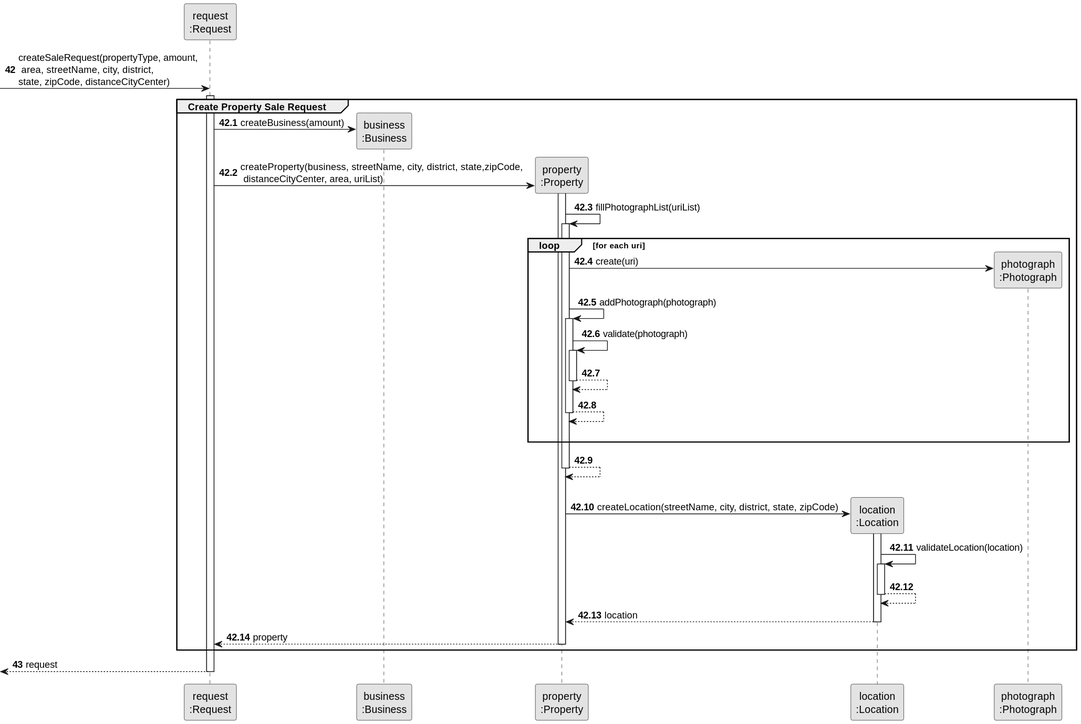
Above: docs/sprintD/us002/03.design/svg/us002-sequence-diagram-partial-create-property-sale-request.svg in rita-barbosa/LAPR2-2223 (PlantUML), before the change. Its diagram source:
```plantuml
@startuml
skinparam monochrome true
skinparam packageStyle rectangle
skinparam shadowing false


participant "request\n:Request" as REQUEST
participant "business\n:Business" as BUSINESS
participant "property\n:Property" as PROPERTY
participant "location\n:Location" as LOCATION
participant "photograph\n:Photograph" as PHOTO



autonumber 42

        -> REQUEST **: createSaleRequest(propertyType, amount,\n area, streetName, city, district,\nstate, zipCode, distanceCityCenter)
        activate REQUEST

autonumber 42.1

    group Create Property Sale Request


        REQUEST -> BUSINESS** : createBusiness(amount)

                REQUEST -> PROPERTY** : createProperty(business, streetName, city, district, state,zipCode,\n distanceCityCenter, area, uriList)
                activate PROPERTY
                PROPERTY -> PROPERTY: fillPhotographList(uriList)
                activate PROPERTY

                loop for each uri

                PROPERTY -> PHOTO**: create(uri)

                PROPERTY -> PROPERTY: addPhotograph(photograph)
                activate PROPERTY

                PROPERTY -> PROPERTY: validate(photograph)
                activate PROPERTY

                PROPERTY --> PROPERTY:
                deactivate PROPERTY

                PROPERTY --> PROPERTY:
                deactivate PROPERTY
                |||
                end loop

                PROPERTY --> PROPERTY:
                deactivate PROPERTY


                |||
                PROPERTY -> LOCATION** : createLocation(streetName, city, district, state, zipCode)
                activate LOCATION

                LOCATION -> LOCATION : validateLocation(location)
                activate LOCATION

                LOCATION--> LOCATION
                deactivate LOCATION

                LOCATION --> PROPERTY : location
                deactivate LOCATION

                PROPERTY --> REQUEST: property
                deactivate PROPERTY




end group
autonumber 43
        <-- REQUEST : request
       deactivate REQUEST
@enduml
```
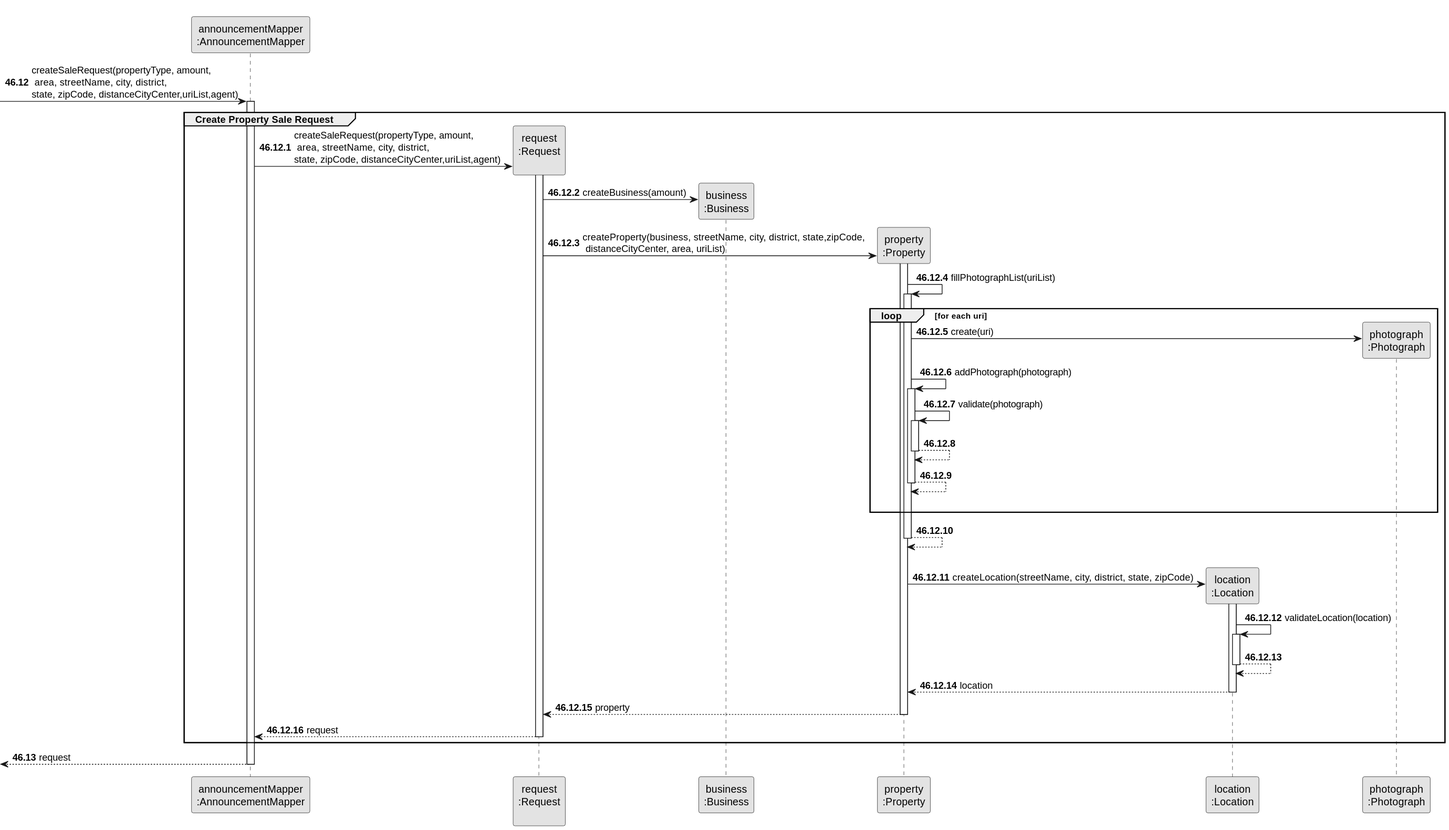
After the commit.

Diff of the diagram source:
```diff
@@ -3,8 +3,8 @@
 skinparam packageStyle rectangle
 skinparam shadowing false
 
-
-participant "request\n:Request" as REQUEST
+participant "announcementMapper\n:AnnouncementMapper" as MAPPER
+participant "request\n:Request\n" as REQUEST
 participant "business\n:Business" as BUSINESS
 participant "property\n:Property" as PROPERTY
 participant "location\n:Location" as LOCATION
@@ -12,15 +12,17 @@
 
 
 
-autonumber 42
+autonumber 46.12
 
-        -> REQUEST **: createSaleRequest(propertyType, amount,\n area, streetName, city, district,\nstate, zipCode, distanceCityCenter)
-        activate REQUEST
+        -> MAPPER : createSaleRequest(propertyType, amount,\n area, streetName, city, district,\nstate, zipCode, distanceCityCenter,uriList,agent)
+          activate MAPPER
 
-autonumber 42.1
+autonumber 46.12.1
 
     group Create Property Sale Request
 
+         MAPPER -> REQUEST **: createSaleRequest(propertyType, amount,\n area, streetName, city, district,\nstate, zipCode, distanceCityCenter,uriList,agent)
+         activate REQUEST
 
         REQUEST -> BUSINESS** : createBusiness(amount)
 
@@ -67,11 +69,13 @@
                 PROPERTY --> REQUEST: property
                 deactivate PROPERTY
 
+                REQUEST --> MAPPER : request
+                deactivate REQUEST
 
 
 
 end group
-autonumber 43
-        <-- REQUEST : request
-       deactivate REQUEST
+autonumber 46.13
+      <--  MAPPER : request
+      deactivate MAPPER
 @enduml
```
